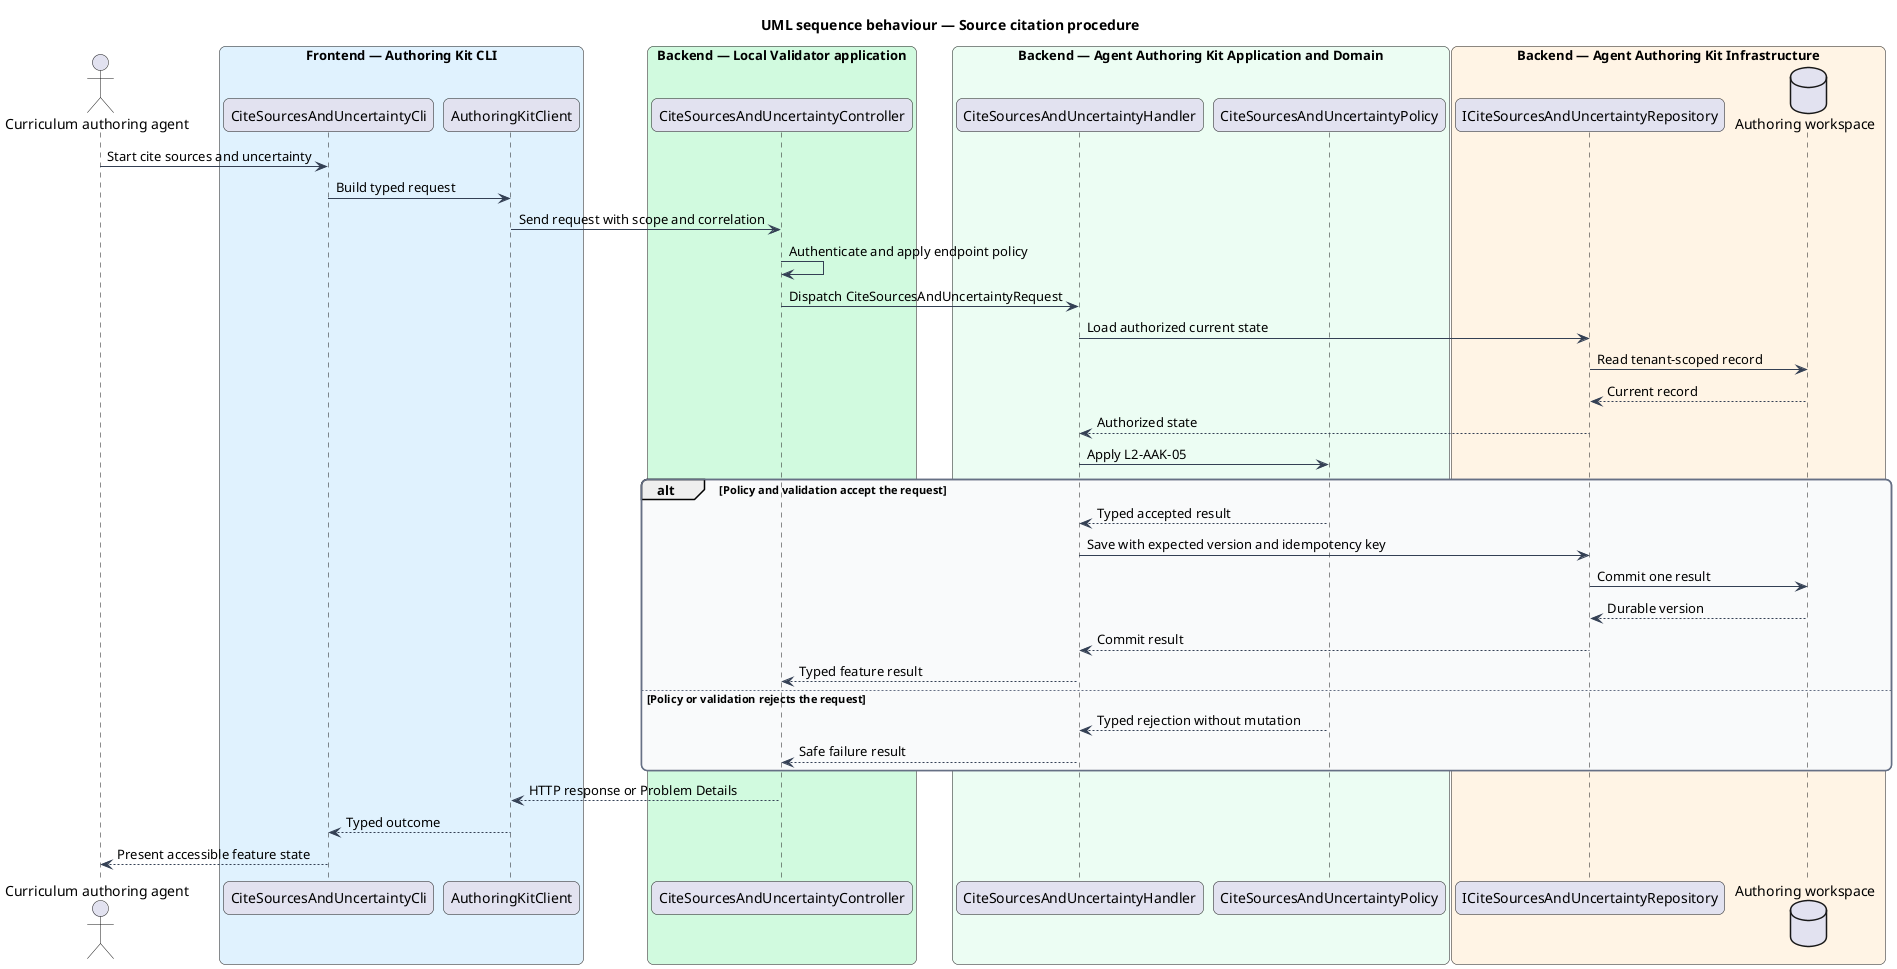
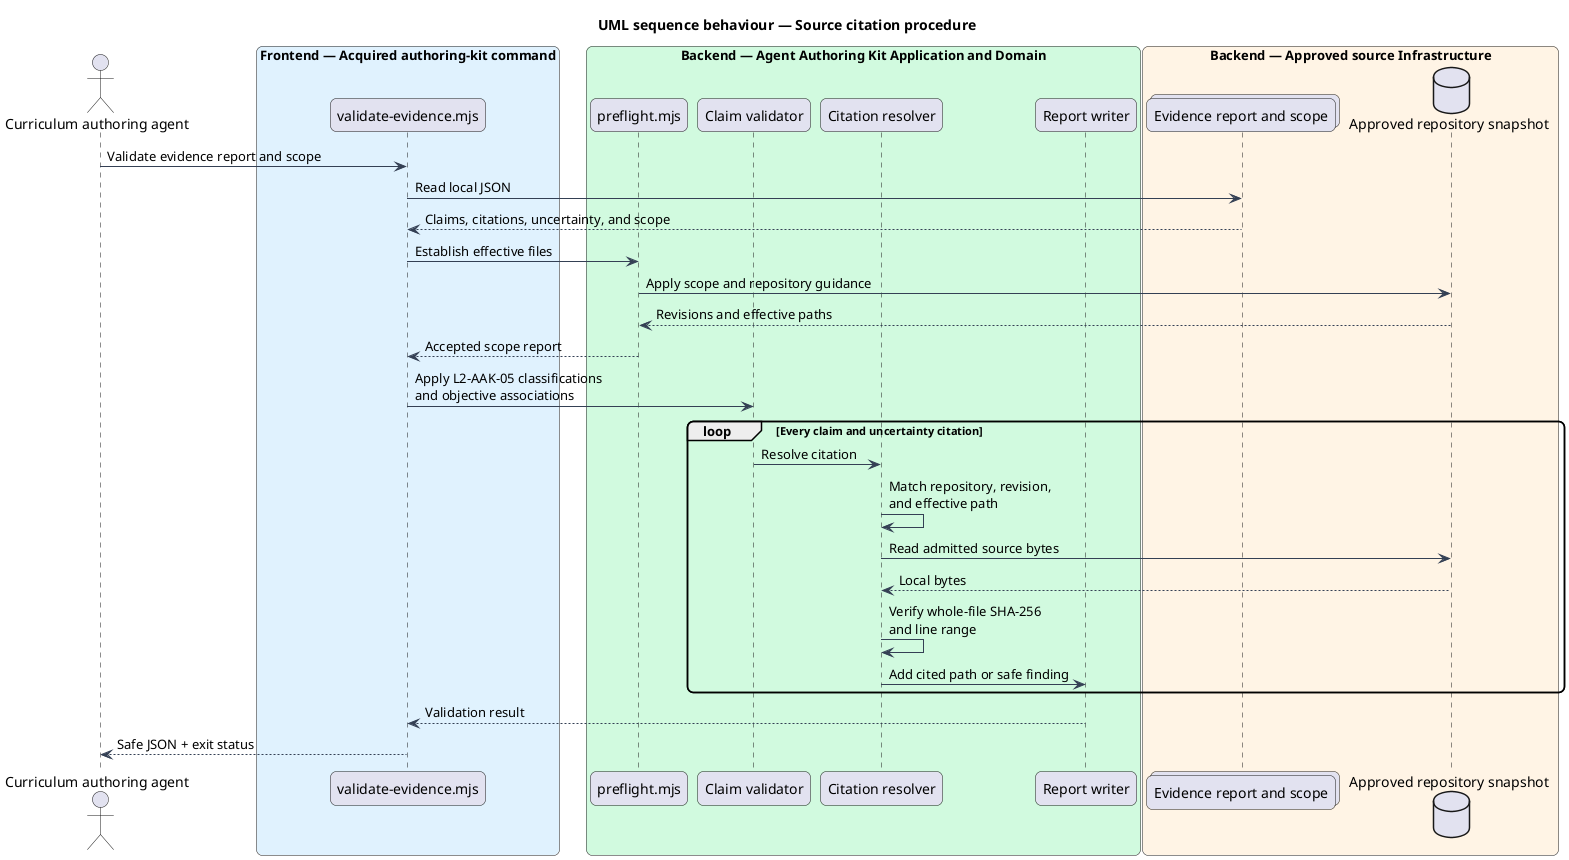
@startuml
title UML sequence behaviour — Source citation procedure
skinparam backgroundColor #FFFFFF
skinparam shadowing false
skinparam roundcorner 12
skinparam defaultFontName Arial
skinparam ArrowColor #344054
skinparam rectangle {
  BorderColor #344054
  FontColor #101828
}
- skinparam package {
-   BorderColor #667085
-   FontColor #101828
-   BackgroundColor #F9FAFB
- }
- actor "Curriculum authoring agent" as actor
- box "Frontend — Authoring Kit CLI" #E0F2FE
-   participant "CiteSourcesAndUncertaintyCli" as entry
-   participant "AuthoringKitClient" as client
+ actor "Curriculum authoring agent" as agent
+ box "Frontend — Acquired authoring-kit command" #E0F2FE
+   participant "validate-evidence.mjs" as command
end box
- box "Backend — Local Validator application" #D1FADF
-   participant "CiteSourcesAndUncertaintyController" as controller
+ box "Backend — Agent Authoring Kit Application and Domain" #D1FADF
+   participant "preflight.mjs" as preflight
+   participant "Claim validator" as claims
+   participant "Citation resolver" as citations
+   participant "Report writer" as report
end box
- box "Backend — Agent Authoring Kit Application and Domain" #ECFDF3
-   participant "CiteSourcesAndUncertaintyHandler" as handler
-   participant "CiteSourcesAndUncertaintyPolicy" as policy
+ box "Backend — Approved source Infrastructure" #FFF4E5
+   collections "Evidence report and scope" as inputs
+   database "Approved repository snapshot" as repository
end box
- box "Backend — Agent Authoring Kit Infrastructure" #FFF4E5
-   participant "ICiteSourcesAndUncertaintyRepository" as repository
-   database "Authoring workspace" as store
- end box
- actor -> entry : Start cite sources and uncertainty
- entry -> client : Build typed request
- client -> controller : Send request with scope and correlation
- controller -> controller : Authenticate and apply endpoint policy
- controller -> handler : Dispatch CiteSourcesAndUncertaintyRequest
- handler -> repository : Load authorized current state
- repository -> store : Read tenant-scoped record
- store --> repository : Current record
- repository --> handler : Authorized state
- handler -> policy : Apply L2-AAK-05
- alt Policy and validation accept the request
-   policy --> handler : Typed accepted result
-   handler -> repository : Save with expected version and idempotency key
-   repository -> store : Commit one result
-   store --> repository : Durable version
-   repository --> handler : Commit result
-   handler --> controller : Typed feature result
- else Policy or validation rejects the request
-   policy --> handler : Typed rejection without mutation
-   handler --> controller : Safe failure result
+ 
+ agent -> command : Validate evidence report and scope
+ command -> inputs : Read local JSON
+ inputs --> command : Claims, citations, uncertainty, and scope
+ command -> preflight : Establish effective files
+ preflight -> repository : Apply scope and repository guidance
+ repository --> preflight : Revisions and effective paths
+ preflight --> command : Accepted scope report
+ command -> claims : Apply L2-AAK-05 classifications\nand objective associations
+ loop Every claim and uncertainty citation
+   claims -> citations : Resolve citation
+   citations -> citations : Match repository, revision,\nand effective path
+   citations -> repository : Read admitted source bytes
+   repository --> citations : Local bytes
+   citations -> citations : Verify whole-file SHA-256\nand line range
+   citations -> report : Add cited path or safe finding
end
- controller --> client : HTTP response or Problem Details
- client --> entry : Typed outcome
- entry --> actor : Present accessible feature state
+ report --> command : Validation result
+ command --> agent : Safe JSON + exit status
@enduml
